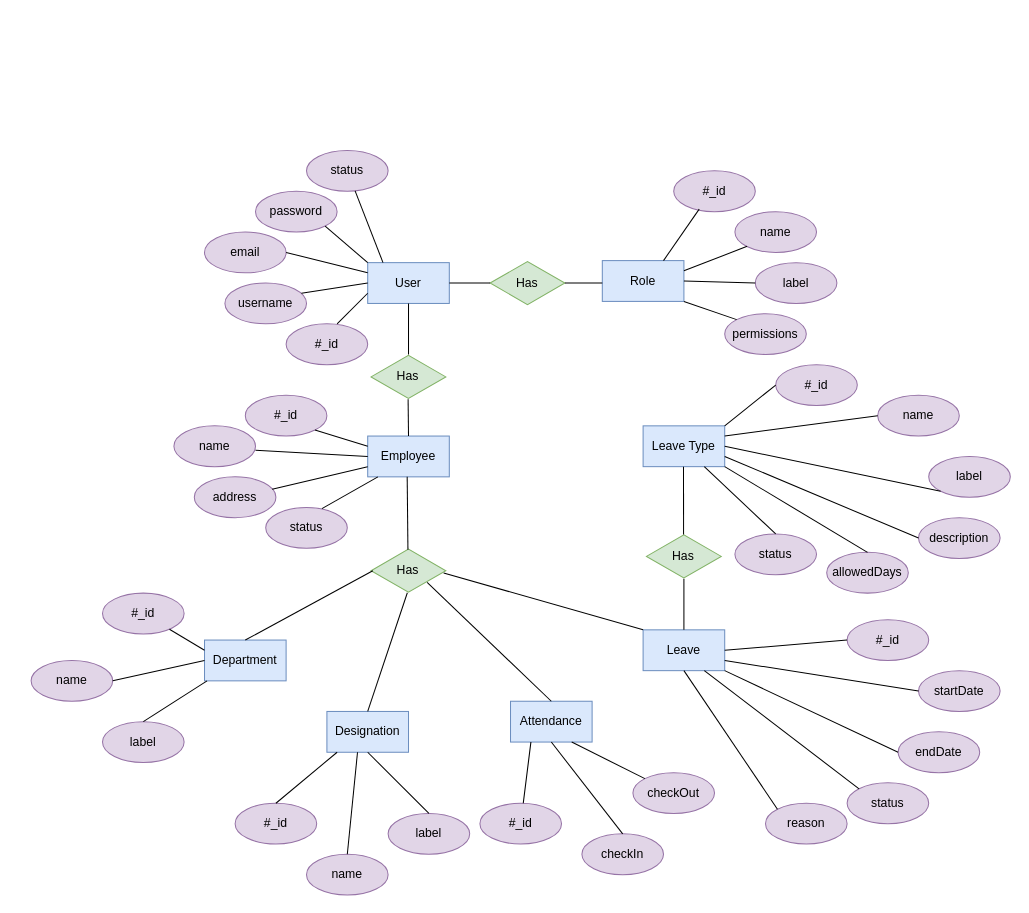
Vishal-Patar/TimeHarmony keeps this draw.io diagram as ER.drawio. Above is the earlier version. Source tidied: cells renumbered, new cells numbered last; positions are measured from the earlier drawing's top-left corner, leaving out a move shared by most shapes. Both pictures are drawn from the tidied source at 102%, with x=0, y=0 at pixel (31, 150).
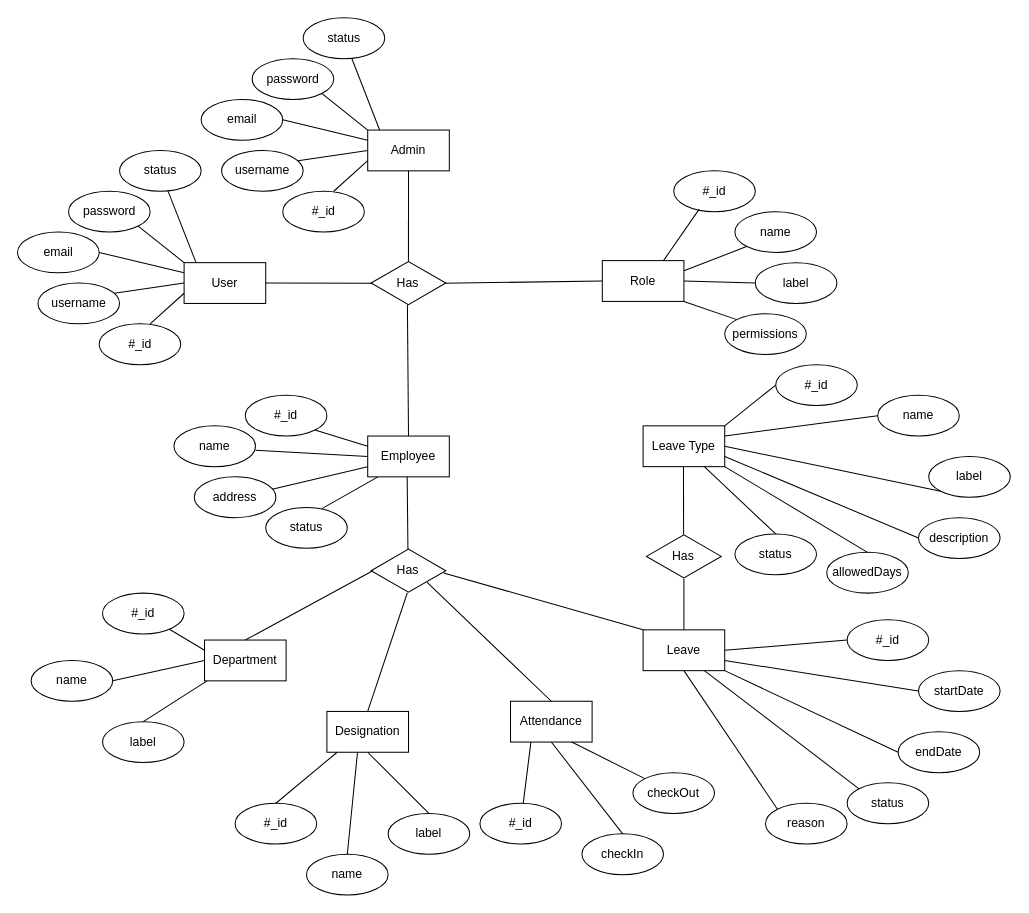
The same diagram, later.

What changed in the source:
```diff
@@
-    <mxCell id="2" value="User" style="rounded=0;whiteSpace=wrap;html=1;fillColor=#dae8fc;strokeColor=#6c8ebf;" parent="1" vertex="1">
-      <mxGeometry x="330" y="110" width="80" height="40" as="geometry" />
+    <mxCell id="2" value="Admin" style="rounded=0;whiteSpace=wrap;html=1;" parent="1" vertex="1">
+      <mxGeometry x="330" y="-20" width="80" height="40" as="geometry" />
     </mxCell>
-    <mxCell id="3" value="username" style="ellipse;whiteSpace=wrap;html=1;fillColor=#e1d5e7;strokeColor=#9673a6;" parent="1" vertex="1">
-      <mxGeometry x="190" y="130" width="80" height="40" as="geometry" />
+    <mxCell id="3" value="username" style="ellipse;whiteSpace=wrap;html=1;" parent="1" vertex="1">
+      <mxGeometry x="186.7" width="80" height="40" as="geometry" />
     </mxCell>
-    <mxCell id="4" value="#_id" style="ellipse;whiteSpace=wrap;html=1;fillColor=#e1d5e7;strokeColor=#9673a6;" parent="1" vertex="1">
-      <mxGeometry x="250" y="170" width="80" height="40" as="geometry" />
+    <mxCell id="4" value="#_id" style="ellipse;whiteSpace=wrap;html=1;" parent="1" vertex="1">
+      <mxGeometry x="246.7" y="40" width="80" height="40" as="geometry" />
     </mxCell>
-    <mxCell id="5" value="email" style="ellipse;whiteSpace=wrap;html=1;fillColor=#e1d5e7;strokeColor=#9673a6;" parent="1" vertex="1">
-      <mxGeometry x="170" y="80" width="80" height="40" as="geometry" />
+    <mxCell id="5" value="email" style="ellipse;whiteSpace=wrap;html=1;" parent="1" vertex="1">
+      <mxGeometry x="166.7" y="-50" width="80" height="40" as="geometry" />
     </mxCell>
-    <mxCell id="6" value="password" style="ellipse;whiteSpace=wrap;html=1;fillColor=#e1d5e7;strokeColor=#9673a6;" parent="1" vertex="1">
-      <mxGeometry x="220" y="40" width="80" height="40" as="geometry" />
+    <mxCell id="6" value="password" style="ellipse;whiteSpace=wrap;html=1;" parent="1" vertex="1">
+      <mxGeometry x="216.7" y="-90" width="80" height="40" as="geometry" />
     </mxCell>
-    <mxCell id="7" value="status" style="ellipse;whiteSpace=wrap;html=1;fillColor=#e1d5e7;strokeColor=#9673a6;" parent="1" vertex="1">
-      <mxGeometry x="270" width="80" height="40" as="geometry" />
+    <mxCell id="7" value="status" style="ellipse;whiteSpace=wrap;html=1;" parent="1" vertex="1">
+      <mxGeometry x="266.7" y="-130" width="80" height="40" as="geometry" />
     </mxCell>
-    <mxCell id="8" style="endArrow=none;html=1;rounded=0;" parent="1" edge="1">
+    <mxCell id="8" style="endArrow=none;html=1;rounded=0;entryX=0;entryY=0.75;entryDx=0;entryDy=0;" parent="1" edge="1" target="2">
       <mxGeometry relative="1" as="geometry">
-        <mxPoint x="300" y="170" as="sourcePoint" />
-        <mxPoint x="330" y="140" as="targetPoint" />
+        <mxPoint x="296.7" y="40" as="sourcePoint" />
       </mxGeometry>
     </mxCell>
     <mxCell id="9" style="endArrow=none;html=1;rounded=0;entryX=0;entryY=0.5;entryDx=0;entryDy=0;" parent="1" edge="1" target="2">
       <mxGeometry relative="1" as="geometry">
-        <mxPoint x="265" y="140" as="sourcePoint" />
+        <mxPoint x="261.7" y="10" as="sourcePoint" />
       </mxGeometry>
     </mxCell>
@@
     <mxCell id="12" style="endArrow=none;html=1;rounded=0;" parent="1" edge="1" target="7">
       <mxGeometry relative="1" as="geometry">
-        <mxPoint x="345" y="110" as="sourcePoint" />
+        <mxPoint x="341.7" y="-20" as="sourcePoint" />
       </mxGeometry>
     </mxCell>
-    <mxCell id="13" value="Has" style="html=1;whiteSpace=wrap;shape=isoRectangle;fillColor=#d5e8d4;strokeColor=#82b366;" parent="1" vertex="1">
-      <mxGeometry x="450" y="108" width="73.3" height="44" as="geometry" />
-    </mxCell>
-    <mxCell id="14" style="endArrow=none;html=1;rounded=0;" parent="1" edge="1" target="13">
-      <mxGeometry relative="1" as="geometry">
-        <mxPoint x="410" y="130" as="sourcePoint" />
-      </mxGeometry>
+    <mxCell id="14" style="endArrow=none;html=1;rounded=0;exitX=0.957;exitY=0.506;exitDx=0;exitDy=0;exitPerimeter=0;entryX=0;entryY=0.5;entryDx=0;entryDy=0;" parent="1" edge="1" source="91" target="15">
+      <mxGeometry relative="1" as="geometry" />
     </mxCell>
-    <mxCell id="15" value="Role" style="rounded=0;whiteSpace=wrap;html=1;fillColor=#dae8fc;strokeColor=#6c8ebf;" parent="1" vertex="1">
+    <mxCell id="15" value="Role" style="rounded=0;whiteSpace=wrap;html=1;" parent="1" vertex="1">
       <mxGeometry x="560" y="108" width="80" height="40" as="geometry" />
     </mxCell>
-    <mxCell id="16" style="endArrow=none;html=1;rounded=0;" parent="1" edge="1">
-      <mxGeometry relative="1" as="geometry">
-        <mxPoint x="523.3" y="130" as="sourcePoint" />
-        <mxPoint x="560" y="130" as="targetPoint" />
-      </mxGeometry>
-    </mxCell>
-    <mxCell id="17" value="label" style="ellipse;whiteSpace=wrap;html=1;fillColor=#e1d5e7;strokeColor=#9673a6;" parent="1" vertex="1">
+    <mxCell id="17" value="label" style="ellipse;whiteSpace=wrap;html=1;" parent="1" vertex="1">
       <mxGeometry x="710" y="110" width="80" height="40" as="geometry" />
     </mxCell>
-    <mxCell id="18" value="name" style="ellipse;whiteSpace=wrap;html=1;fillColor=#e1d5e7;strokeColor=#9673a6;" parent="1" vertex="1">
+    <mxCell id="18" value="name" style="ellipse;whiteSpace=wrap;html=1;" parent="1" vertex="1">
       <mxGeometry x="690" y="60" width="80" height="40" as="geometry" />
     </mxCell>
-    <mxCell id="19" value="#_id" style="ellipse;whiteSpace=wrap;html=1;fillColor=#e1d5e7;strokeColor=#9673a6;" parent="1" vertex="1">
+    <mxCell id="19" value="#_id" style="ellipse;whiteSpace=wrap;html=1;" parent="1" vertex="1">
       <mxGeometry x="630" y="20" width="80" height="40" as="geometry" />
     </mxCell>
-    <mxCell id="20" value="permissions" style="ellipse;whiteSpace=wrap;html=1;fillColor=#e1d5e7;strokeColor=#9673a6;" parent="1" vertex="1">
+    <mxCell id="20" value="permissions" style="ellipse;whiteSpace=wrap;html=1;" parent="1" vertex="1">
       <mxGeometry x="680" y="160" width="80" height="40" as="geometry" />
     </mxCell>
@@
-    <mxCell id="25" value="Employee" style="rounded=0;whiteSpace=wrap;html=1;fillColor=#dae8fc;strokeColor=#6c8ebf;" parent="1" vertex="1">
+    <mxCell id="25" value="Employee" style="rounded=0;whiteSpace=wrap;html=1;" parent="1" vertex="1">
       <mxGeometry x="330" y="280" width="80" height="40" as="geometry" />
     </mxCell>
-    <mxCell id="26" value="Has" style="html=1;whiteSpace=wrap;shape=isoRectangle;fillColor=#d5e8d4;strokeColor=#82b366;" parent="1" vertex="1">
-      <mxGeometry x="333.3" y="200" width="73.3" height="44" as="geometry" />
-    </mxCell>
-    <mxCell id="27" style="endArrow=none;html=1;rounded=0;entryX=0.5;entryY=1;entryDx=0;entryDy=0;" parent="1" edge="1" target="2">
-      <mxGeometry relative="1" as="geometry">
-        <mxPoint x="370" y="200" as="sourcePoint" />
-      </mxGeometry>
+    <mxCell id="27" style="endArrow=none;html=1;rounded=0;entryX=0.5;entryY=1;entryDx=0;entryDy=0;exitX=0.5;exitY=0.045;exitDx=0;exitDy=0;exitPerimeter=0;" parent="1" edge="1" source="91" target="2">
+      <mxGeometry relative="1" as="geometry" />
     </mxCell>
-    <mxCell id="28" style="endArrow=none;html=1;rounded=0;entryX=0.5;entryY=1;entryDx=0;entryDy=0;" parent="1" edge="1">
+    <mxCell id="28" style="endArrow=none;html=1;rounded=0;entryX=0.486;entryY=0.982;entryDx=0;entryDy=0;entryPerimeter=0;" parent="1" edge="1" target="91">
       <mxGeometry relative="1" as="geometry">
         <mxPoint x="370" y="280" as="sourcePoint" />
-        <mxPoint x="369.6" y="244" as="targetPoint" />
       </mxGeometry>
     </mxCell>
-    <mxCell id="29" value="#_id" style="ellipse;whiteSpace=wrap;html=1;fillColor=#e1d5e7;strokeColor=#9673a6;" parent="1" vertex="1">
+    <mxCell id="29" value="#_id" style="ellipse;whiteSpace=wrap;html=1;" parent="1" vertex="1">
       <mxGeometry x="210" y="240" width="80" height="40" as="geometry" />
     </mxCell>
-    <mxCell id="30" value="name" style="ellipse;whiteSpace=wrap;html=1;fillColor=#e1d5e7;strokeColor=#9673a6;" parent="1" vertex="1">
+    <mxCell id="30" value="name" style="ellipse;whiteSpace=wrap;html=1;" parent="1" vertex="1">
       <mxGeometry x="140" y="270" width="80" height="40" as="geometry" />
     </mxCell>
-    <mxCell id="31" value="address" style="ellipse;whiteSpace=wrap;html=1;fillColor=#e1d5e7;strokeColor=#9673a6;" parent="1" vertex="1">
+    <mxCell id="31" value="address" style="ellipse;whiteSpace=wrap;html=1;" parent="1" vertex="1">
       <mxGeometry x="160" y="320" width="80" height="40" as="geometry" />
     </mxCell>
-    <mxCell id="32" value="status" style="ellipse;whiteSpace=wrap;html=1;fillColor=#e1d5e7;strokeColor=#9673a6;" parent="1" vertex="1">
+    <mxCell id="32" value="status" style="ellipse;whiteSpace=wrap;html=1;" parent="1" vertex="1">
       <mxGeometry x="230" y="350" width="80" height="40" as="geometry" />
     </mxCell>
-    <mxCell id="33" value="Has" style="html=1;whiteSpace=wrap;shape=isoRectangle;fillColor=#d5e8d4;strokeColor=#82b366;" parent="1" vertex="1">
+    <mxCell id="33" value="Has" style="html=1;whiteSpace=wrap;shape=isoRectangle;" parent="1" vertex="1">
       <mxGeometry x="333.3" y="390" width="73.3" height="44" as="geometry" />
     </mxCell>
-    <mxCell id="34" value="Department" style="rounded=0;whiteSpace=wrap;html=1;fillColor=#dae8fc;strokeColor=#6c8ebf;" parent="1" vertex="1">
+    <mxCell id="34" value="Department" style="rounded=0;whiteSpace=wrap;html=1;" parent="1" vertex="1">
       <mxGeometry x="170" y="480" width="80" height="40" as="geometry" />
     </mxCell>
-    <mxCell id="35" value="Attendance" style="rounded=0;whiteSpace=wrap;html=1;fillColor=#dae8fc;strokeColor=#6c8ebf;" parent="1" vertex="1">
+    <mxCell id="35" value="Attendance" style="rounded=0;whiteSpace=wrap;html=1;" parent="1" vertex="1">
       <mxGeometry x="470" y="540" width="80" height="40" as="geometry" />
     </mxCell>
-    <mxCell id="36" value="Designation" style="rounded=0;whiteSpace=wrap;html=1;fillColor=#dae8fc;strokeColor=#6c8ebf;" parent="1" vertex="1">
+    <mxCell id="36" value="Designation" style="rounded=0;whiteSpace=wrap;html=1;" parent="1" vertex="1">
       <mxGeometry x="290" y="550" width="80" height="40" as="geometry" />
     </mxCell>
-    <mxCell id="37" value="Leave" style="rounded=0;whiteSpace=wrap;html=1;fillColor=#dae8fc;strokeColor=#6c8ebf;" parent="1" vertex="1">
+    <mxCell id="37" value="Leave" style="rounded=0;whiteSpace=wrap;html=1;" parent="1" vertex="1">
       <mxGeometry x="600" y="470" width="80" height="40" as="geometry" />
     </mxCell>
-    <mxCell id="38" value="Leave Type" style="rounded=0;whiteSpace=wrap;html=1;fillColor=#dae8fc;strokeColor=#6c8ebf;" parent="1" vertex="1">
+    <mxCell id="38" value="Leave Type" style="rounded=0;whiteSpace=wrap;html=1;" parent="1" vertex="1">
       <mxGeometry x="600" y="270" width="80" height="40" as="geometry" />
     </mxCell>
-    <mxCell id="39" value="#_id" style="ellipse;whiteSpace=wrap;html=1;fillColor=#e1d5e7;strokeColor=#9673a6;" parent="1" vertex="1">
+    <mxCell id="39" value="#_id" style="ellipse;whiteSpace=wrap;html=1;" parent="1" vertex="1">
       <mxGeometry x="70" y="434" width="80" height="40" as="geometry" />
     </mxCell>
-    <mxCell id="40" value="name" style="ellipse;whiteSpace=wrap;html=1;fillColor=#e1d5e7;strokeColor=#9673a6;" parent="1" vertex="1">
+    <mxCell id="40" value="name" style="ellipse;whiteSpace=wrap;html=1;" parent="1" vertex="1">
       <mxGeometry y="500" width="80" height="40" as="geometry" />
     </mxCell>
-    <mxCell id="41" value="label" style="ellipse;whiteSpace=wrap;html=1;fillColor=#e1d5e7;strokeColor=#9673a6;" parent="1" vertex="1">
+    <mxCell id="41" value="label" style="ellipse;whiteSpace=wrap;html=1;" parent="1" vertex="1">
       <mxGeometry x="70" y="560" width="80" height="40" as="geometry" />
     </mxCell>
-    <mxCell id="42" value="#_id" style="ellipse;whiteSpace=wrap;html=1;fillColor=#e1d5e7;strokeColor=#9673a6;" parent="1" vertex="1">
+    <mxCell id="42" value="#_id" style="ellipse;whiteSpace=wrap;html=1;" parent="1" vertex="1">
       <mxGeometry x="200" y="640" width="80" height="40" as="geometry" />
     </mxCell>
-    <mxCell id="43" value="name" style="ellipse;whiteSpace=wrap;html=1;fillColor=#e1d5e7;strokeColor=#9673a6;" parent="1" vertex="1">
+    <mxCell id="43" value="name" style="ellipse;whiteSpace=wrap;html=1;" parent="1" vertex="1">
       <mxGeometry x="270" y="690" width="80" height="40" as="geometry" />
     </mxCell>
-    <mxCell id="44" value="label" style="ellipse;whiteSpace=wrap;html=1;fillColor=#e1d5e7;strokeColor=#9673a6;" parent="1" vertex="1">
+    <mxCell id="44" value="label" style="ellipse;whiteSpace=wrap;html=1;" parent="1" vertex="1">
       <mxGeometry x="350" y="650" width="80" height="40" as="geometry" />
     </mxCell>
-    <mxCell id="45" value="#_id" style="ellipse;whiteSpace=wrap;html=1;fillColor=#e1d5e7;strokeColor=#9673a6;" parent="1" vertex="1">
+    <mxCell id="45" value="#_id" style="ellipse;whiteSpace=wrap;html=1;" parent="1" vertex="1">
       <mxGeometry x="440" y="640" width="80" height="40" as="geometry" />
     </mxCell>
-    <mxCell id="46" value="checkIn" style="ellipse;whiteSpace=wrap;html=1;fillColor=#e1d5e7;strokeColor=#9673a6;" parent="1" vertex="1">
+    <mxCell id="46" value="checkIn" style="ellipse;whiteSpace=wrap;html=1;" parent="1" vertex="1">
       <mxGeometry x="540" y="670" width="80" height="40" as="geometry" />
     </mxCell>
-    <mxCell id="47" value="checkOut" style="ellipse;whiteSpace=wrap;html=1;fillColor=#e1d5e7;strokeColor=#9673a6;" parent="1" vertex="1">
+    <mxCell id="47" value="checkOut" style="ellipse;whiteSpace=wrap;html=1;" parent="1" vertex="1">
       <mxGeometry x="590" y="610" width="80" height="40" as="geometry" />
     </mxCell>
-    <mxCell id="48" value="#_id" style="ellipse;whiteSpace=wrap;html=1;fillColor=#e1d5e7;strokeColor=#9673a6;" parent="1" vertex="1">
+    <mxCell id="48" value="#_id" style="ellipse;whiteSpace=wrap;html=1;" parent="1" vertex="1">
       <mxGeometry x="730" y="210" width="80" height="40" as="geometry" />
     </mxCell>
-    <mxCell id="49" value="name" style="ellipse;whiteSpace=wrap;html=1;fillColor=#e1d5e7;strokeColor=#9673a6;" parent="1" vertex="1">
+    <mxCell id="49" value="name" style="ellipse;whiteSpace=wrap;html=1;" parent="1" vertex="1">
       <mxGeometry x="830" y="240" width="80" height="40" as="geometry" />
     </mxCell>
-    <mxCell id="50" value="label" style="ellipse;whiteSpace=wrap;html=1;fillColor=#e1d5e7;strokeColor=#9673a6;" parent="1" vertex="1">
+    <mxCell id="50" value="label" style="ellipse;whiteSpace=wrap;html=1;" parent="1" vertex="1">
       <mxGeometry x="880" y="300" width="80" height="40" as="geometry" />
     </mxCell>
-    <mxCell id="51" value="description" style="ellipse;whiteSpace=wrap;html=1;fillColor=#e1d5e7;strokeColor=#9673a6;" parent="1" vertex="1">
+    <mxCell id="51" value="description" style="ellipse;whiteSpace=wrap;html=1;" parent="1" vertex="1">
       <mxGeometry x="870" y="360" width="80" height="40" as="geometry" />
     </mxCell>
-    <mxCell id="52" value="allowedDays" style="ellipse;whiteSpace=wrap;html=1;fillColor=#e1d5e7;strokeColor=#9673a6;" parent="1" vertex="1">
+    <mxCell id="52" value="allowedDays" style="ellipse;whiteSpace=wrap;html=1;" parent="1" vertex="1">
       <mxGeometry x="780" y="394" width="80" height="40" as="geometry" />
     </mxCell>
-    <mxCell id="53" value="status" style="ellipse;whiteSpace=wrap;html=1;fillColor=#e1d5e7;strokeColor=#9673a6;" parent="1" vertex="1">
+    <mxCell id="53" value="status" style="ellipse;whiteSpace=wrap;html=1;" parent="1" vertex="1">
       <mxGeometry x="690" y="376" width="80" height="40" as="geometry" />
     </mxCell>
-    <mxCell id="54" value="endDate" style="ellipse;whiteSpace=wrap;html=1;fillColor=#e1d5e7;strokeColor=#9673a6;" parent="1" vertex="1">
+    <mxCell id="54" value="endDate" style="ellipse;whiteSpace=wrap;html=1;" parent="1" vertex="1">
       <mxGeometry x="850" y="570" width="80" height="40" as="geometry" />
     </mxCell>
-    <mxCell id="55" value="startDate" style="ellipse;whiteSpace=wrap;html=1;fillColor=#e1d5e7;strokeColor=#9673a6;" parent="1" vertex="1">
+    <mxCell id="55" value="startDate" style="ellipse;whiteSpace=wrap;html=1;" parent="1" vertex="1">
       <mxGeometry x="870" y="510" width="80" height="40" as="geometry" />
     </mxCell>
-    <mxCell id="56" value="#_id" style="ellipse;whiteSpace=wrap;html=1;fillColor=#e1d5e7;strokeColor=#9673a6;" parent="1" vertex="1">
+    <mxCell id="56" value="#_id" style="ellipse;whiteSpace=wrap;html=1;" parent="1" vertex="1">
       <mxGeometry x="800" y="460" width="80" height="40" as="geometry" />
     </mxCell>
-    <mxCell id="57" value="reason" style="ellipse;whiteSpace=wrap;html=1;fillColor=#e1d5e7;strokeColor=#9673a6;" parent="1" vertex="1">
+    <mxCell id="57" value="reason" style="ellipse;whiteSpace=wrap;html=1;" parent="1" vertex="1">
       <mxGeometry x="720" y="640" width="80" height="40" as="geometry" />
     </mxCell>
-    <mxCell id="58" value="status" style="ellipse;whiteSpace=wrap;html=1;fillColor=#e1d5e7;strokeColor=#9673a6;" parent="1" vertex="1">
+    <mxCell id="58" value="status" style="ellipse;whiteSpace=wrap;html=1;" parent="1" vertex="1">
       <mxGeometry x="800" y="620" width="80" height="40" as="geometry" />
     </mxCell>
-    <mxCell id="59" value="Has" style="html=1;whiteSpace=wrap;shape=isoRectangle;fillColor=#d5e8d4;strokeColor=#82b366;" parent="1" vertex="1">
+    <mxCell id="59" value="Has" style="html=1;whiteSpace=wrap;shape=isoRectangle;" parent="1" vertex="1">
       <mxGeometry x="603.3" y="376" width="73.3" height="44" as="geometry" />
     </mxCell>
@@
+    <mxCell id="91" value="Has" style="html=1;whiteSpace=wrap;shape=isoRectangle;" parent="1" vertex="1">
+      <mxGeometry x="333.3" y="108" width="73.3" height="44" as="geometry" />
+    </mxCell>
+    <mxCell id="92" value="User" style="rounded=0;whiteSpace=wrap;html=1;" parent="1" vertex="1">
+      <mxGeometry x="150" y="110" width="80" height="40" as="geometry" />
+    </mxCell>
+    <mxCell id="93" value="username" style="ellipse;whiteSpace=wrap;html=1;" parent="1" vertex="1">
+      <mxGeometry x="6.7" y="130" width="80" height="40" as="geometry" />
+    </mxCell>
+    <mxCell id="94" value="#_id" style="ellipse;whiteSpace=wrap;html=1;" parent="1" vertex="1">
+      <mxGeometry x="66.7" y="170" width="80" height="40" as="geometry" />
+    </mxCell>
+    <mxCell id="95" value="email" style="ellipse;whiteSpace=wrap;html=1;" parent="1" vertex="1">
+      <mxGeometry x="-13.3" y="80" width="80" height="40" as="geometry" />
+    </mxCell>
+    <mxCell id="96" value="password" style="ellipse;whiteSpace=wrap;html=1;" parent="1" vertex="1">
+      <mxGeometry x="36.7" y="40" width="80" height="40" as="geometry" />
+    </mxCell>
+    <mxCell id="97" value="status" style="ellipse;whiteSpace=wrap;html=1;" parent="1" vertex="1">
+      <mxGeometry x="86.7" width="80" height="40" as="geometry" />
+    </mxCell>
+    <mxCell id="98" style="endArrow=none;html=1;rounded=0;entryX=0;entryY=0.75;entryDx=0;entryDy=0;" parent="1" edge="1" target="92">
+      <mxGeometry relative="1" as="geometry">
+        <mxPoint x="116.7" y="170" as="sourcePoint" />
+      </mxGeometry>
+    </mxCell>
+    <mxCell id="99" style="endArrow=none;html=1;rounded=0;entryX=0;entryY=0.5;entryDx=0;entryDy=0;" parent="1" edge="1" target="92">
+      <mxGeometry relative="1" as="geometry">
+        <mxPoint x="81.7" y="140" as="sourcePoint" />
+      </mxGeometry>
+    </mxCell>
+    <mxCell id="100" style="endArrow=none;html=1;rounded=0;entryX=0;entryY=0.25;entryDx=0;entryDy=0;exitX=1;exitY=0.5;exitDx=0;exitDy=0;" parent="1" edge="1" source="95" target="92">
+      <mxGeometry relative="1" as="geometry" />
+    </mxCell>
+    <mxCell id="101" style="endArrow=none;html=1;rounded=0;entryX=0;entryY=0;entryDx=0;entryDy=0;exitX=1;exitY=1;exitDx=0;exitDy=0;" parent="1" edge="1" source="96" target="92">
+      <mxGeometry relative="1" as="geometry" />
+    </mxCell>
+    <mxCell id="102" style="endArrow=none;html=1;rounded=0;" parent="1" edge="1" target="97">
+      <mxGeometry relative="1" as="geometry">
+        <mxPoint x="161.7" y="110" as="sourcePoint" />
+      </mxGeometry>
+    </mxCell>
+    <mxCell id="103" style="endArrow=none;html=1;rounded=0;entryX=0.018;entryY=0.506;entryDx=0;entryDy=0;entryPerimeter=0;" parent="1" edge="1" target="91">
+      <mxGeometry relative="1" as="geometry">
+        <mxPoint x="230" y="130" as="sourcePoint" />
+      </mxGeometry>
+    </mxCell>
```
